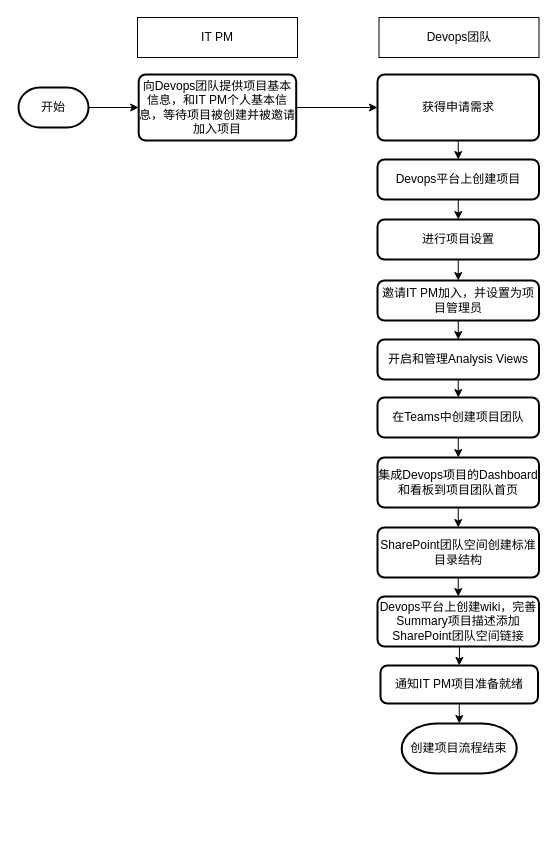
Before: mnt_flow.drawio in vidarlee/CardGame, a draw.io diagram. Source tidied: cells renumbered, new cells numbered last; positions are measured from the earlier drawing's top-left corner, leaving out a move shared by most shapes. Both pictures are drawn from the tidied source at 100%, with x=0, y=0 at pixel (18, 17).
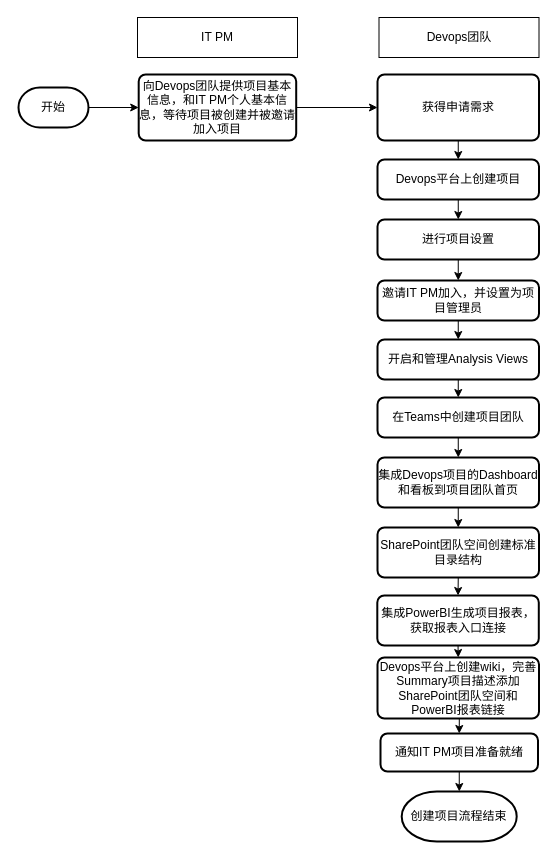
The same diagram, later.

The change refers to these unchanged cells:
```xml
<mxCell id="27" value="SharePoint团队空间创建标准目录结构" style="rounded=1;whiteSpace=wrap;html=1;absoluteArcSize=1;arcSize=14;strokeWidth=2;" parent="1" vertex="1">
  <mxGeometry x="359" y="510" width="161.5" height="50" as="geometry" />
</mxCell>
```

Change to the diagram source:
```diff
@@
-    <mxCell id="10" style="edgeStyle=orthogonalEdgeStyle;rounded=0;jettySize=auto;html=1;exitX=0.5;exitY=1;exitDx=0;exitDy=0;entryX=0.5;entryY=0;entryDx=0;entryDy=0;" parent="1" edge="1" target="12">
-      <mxGeometry relative="1" as="geometry">
-        <mxPoint x="441" y="629" as="sourcePoint" />
-      </mxGeometry>
-    </mxCell>
@@
     <mxCell id="12" value="&lt;div style=&quot;text-align: justify&quot;&gt;通知IT PM项目准备就绪&lt;/div&gt;" style="rounded=1;whiteSpace=wrap;html=1;absoluteArcSize=1;arcSize=14;strokeWidth=2;" parent="1" vertex="1">
-      <mxGeometry x="362" y="648" width="157.5" height="38" as="geometry" />
+      <mxGeometry x="362" y="716" width="157.5" height="38" as="geometry" />
     </mxCell>
     <mxCell id="13" value="创建项目流程结束" style="strokeWidth=2;html=1;shape=mxgraph.flowchart.terminator;whiteSpace=wrap;" parent="1" vertex="1">
-      <mxGeometry x="383.2" y="706" width="115" height="50" as="geometry" />
+      <mxGeometry x="383.2" y="774" width="115" height="50" as="geometry" />
     </mxCell>
@@
-    <mxCell id="26" style="edgeStyle=orthogonalEdgeStyle;rounded=0;jettySize=auto;html=1;exitX=0.5;exitY=1;exitDx=0;exitDy=0;entryX=0.5;entryY=0;entryDx=0;entryDy=0;" parent="1" edge="1" source="27" target="28">
-      <mxGeometry relative="1" as="geometry" />
-    </mxCell>
+    <mxCell id="29" style="edgeStyle=orthogonalEdgeStyle;rounded=0;jettySize=auto;html=1;exitX=0.5;exitY=1;exitDx=0;exitDy=0;entryX=0.5;entryY=0;entryDx=0;entryDy=0;" parent="1" edge="1" source="27" target="32">
+      <mxGeometry relative="1" as="geometry" />
+    </mxCell>
@@
+    <mxCell id="30" style="edgeStyle=orthogonalEdgeStyle;rounded=0;jettySize=auto;html=1;exitX=0.5;exitY=1;exitDx=0;exitDy=0;entryX=0.5;entryY=0;entryDx=0;entryDy=0;" parent="1" edge="1" source="28" target="12">
+      <mxGeometry relative="1" as="geometry" />
+    </mxCell>
-    <mxCell id="28" value="Devops平台上创建wiki，完善Summary项目描述添加SharePoint团队空间链接" style="rounded=1;whiteSpace=wrap;html=1;absoluteArcSize=1;arcSize=14;strokeWidth=2;" parent="1" vertex="1">
-      <mxGeometry x="359" y="579" width="161.5" height="50" as="geometry" />
+    <mxCell id="28" value="Devops平台上创建wiki，完善Summary项目描述添加SharePoint团队空间和PowerBI报表链接" style="rounded=1;whiteSpace=wrap;html=1;absoluteArcSize=1;arcSize=14;strokeWidth=2;" parent="1" vertex="1">
+      <mxGeometry x="359" y="640" width="161.5" height="61" as="geometry" />
     </mxCell>
+    <mxCell id="31" style="edgeStyle=orthogonalEdgeStyle;rounded=0;jettySize=auto;html=1;exitX=0.5;exitY=1;exitDx=0;exitDy=0;entryX=0.5;entryY=0;entryDx=0;entryDy=0;" parent="1" edge="1" source="32" target="28">
+      <mxGeometry relative="1" as="geometry" />
+    </mxCell>
+    <mxCell id="32" value="集成PowerBI生成项目报表，获取报表入口连接" style="rounded=1;whiteSpace=wrap;html=1;absoluteArcSize=1;arcSize=14;strokeWidth=2;" parent="1" vertex="1">
+      <mxGeometry x="358.8" y="578" width="161.5" height="50" as="geometry" />
+    </mxCell>
```
